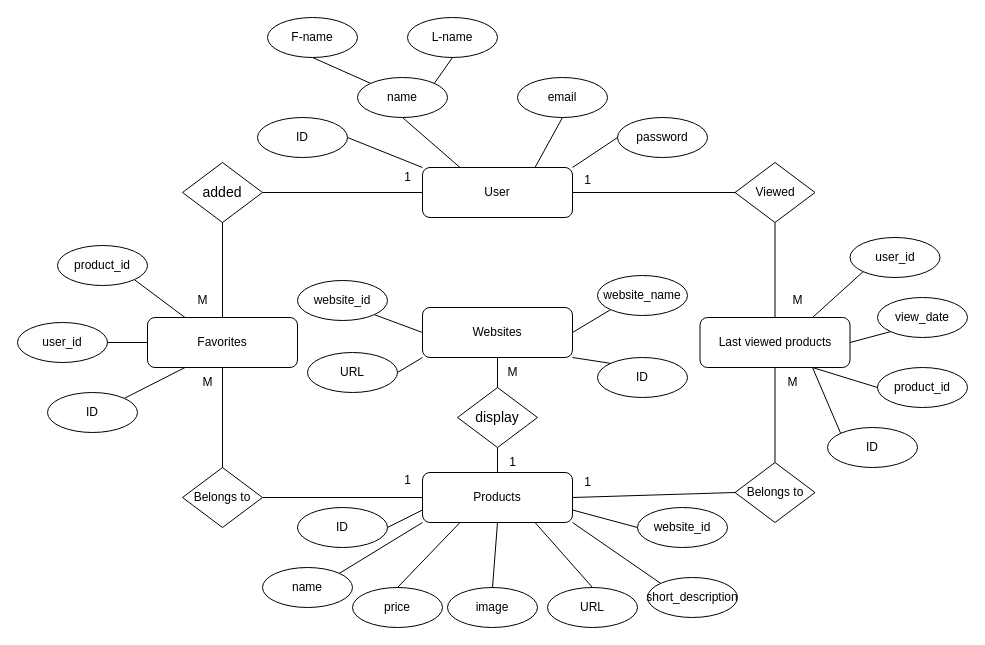
The draw.io diagram ERD.drawio in amrawni33/grad-UML, before the edit. Source tidied: cells renumbered, new cells numbered last; positions are measured from the earlier drawing's top-left corner, leaving out a move shared by most shapes. Both pictures are drawn from the tidied source at 100%, with x=0, y=0 at pixel (17, 17).
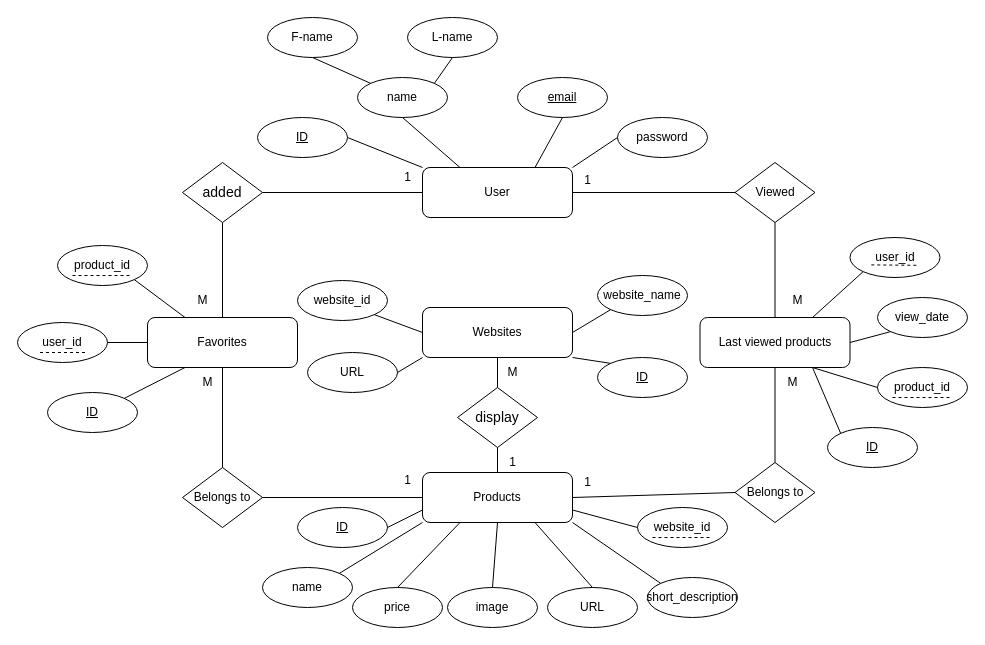
The same diagram, later.

The edit, as a diff of the source:
```diff
@@
-    <mxCell id="40" value="email" style="ellipse;whiteSpace=wrap;html=1;" parent="1" vertex="1">
+    <mxCell id="40" value="&lt;u&gt;email&lt;/u&gt;" style="ellipse;whiteSpace=wrap;html=1;" parent="1" vertex="1">
       <mxGeometry x="500" y="60" width="90" height="40" as="geometry" />
     </mxCell>
-    <mxCell id="41" value="ID" style="ellipse;whiteSpace=wrap;html=1;" parent="1" vertex="1">
+    <mxCell id="41" value="&lt;u&gt;ID&lt;/u&gt;" style="ellipse;whiteSpace=wrap;html=1;" parent="1" vertex="1">
       <mxGeometry x="240" y="100" width="90" height="40" as="geometry" />
     </mxCell>
@@
-    <mxCell id="56" value="ID" style="ellipse;whiteSpace=wrap;html=1;" parent="1" vertex="1">
+    <mxCell id="56" value="&lt;u&gt;ID&lt;/u&gt;" style="ellipse;whiteSpace=wrap;html=1;" parent="1" vertex="1">
       <mxGeometry x="280" y="490" width="90" height="40" as="geometry" />
     </mxCell>
@@
-    <mxCell id="59" value="ID" style="ellipse;whiteSpace=wrap;html=1;" parent="1" vertex="1">
+    <mxCell id="59" value="&lt;u&gt;ID&lt;/u&gt;" style="ellipse;whiteSpace=wrap;html=1;" parent="1" vertex="1">
       <mxGeometry x="810" y="410" width="90" height="40" as="geometry" />
     </mxCell>
@@
-    <mxCell id="61" value="ID" style="ellipse;whiteSpace=wrap;html=1;" parent="1" vertex="1">
+    <mxCell id="61" value="&lt;u&gt;ID&lt;/u&gt;" style="ellipse;whiteSpace=wrap;html=1;" parent="1" vertex="1">
       <mxGeometry x="580" y="340" width="90" height="40" as="geometry" />
     </mxCell>
@@
-    <mxCell id="76" value="ID" style="ellipse;whiteSpace=wrap;html=1;" parent="1" vertex="1">
+    <mxCell id="76" value="&lt;u&gt;ID&lt;/u&gt;" style="ellipse;whiteSpace=wrap;html=1;" parent="1" vertex="1">
       <mxGeometry x="30" y="375" width="90" height="40" as="geometry" />
     </mxCell>
@@
+    <mxCell id="80" style="endArrow=none;html=1;rounded=0;dashed=1;" parent="1" edge="1">
+      <mxGeometry relative="1" as="geometry">
+        <mxPoint x="875" y="380" as="sourcePoint" />
+        <mxPoint x="935" y="380" as="targetPoint" />
+      </mxGeometry>
+    </mxCell>
+    <mxCell id="81" style="endArrow=none;html=1;rounded=0;dashed=1;" parent="1" edge="1">
+      <mxGeometry relative="1" as="geometry">
+        <mxPoint x="853.8" y="247.4" as="sourcePoint" />
+        <mxPoint x="901.2" y="247.8" as="targetPoint" />
+      </mxGeometry>
+    </mxCell>
+    <mxCell id="82" style="endArrow=none;html=1;rounded=0;dashed=1;" parent="1" edge="1">
+      <mxGeometry relative="1" as="geometry">
+        <mxPoint x="635" y="520" as="sourcePoint" />
+        <mxPoint x="695" y="520" as="targetPoint" />
+      </mxGeometry>
+    </mxCell>
+    <mxCell id="83" style="endArrow=none;html=1;rounded=0;dashed=1;" parent="1" edge="1">
+      <mxGeometry relative="1" as="geometry">
+        <mxPoint x="22.5" y="335" as="sourcePoint" />
+        <mxPoint x="67.5" y="335" as="targetPoint" />
+      </mxGeometry>
+    </mxCell>
+    <mxCell id="84" style="endArrow=none;html=1;rounded=0;dashed=1;" parent="1" edge="1">
+      <mxGeometry relative="1" as="geometry">
+        <mxPoint x="55" y="258" as="sourcePoint" />
+        <mxPoint x="115" y="258" as="targetPoint" />
+      </mxGeometry>
+    </mxCell>
```
